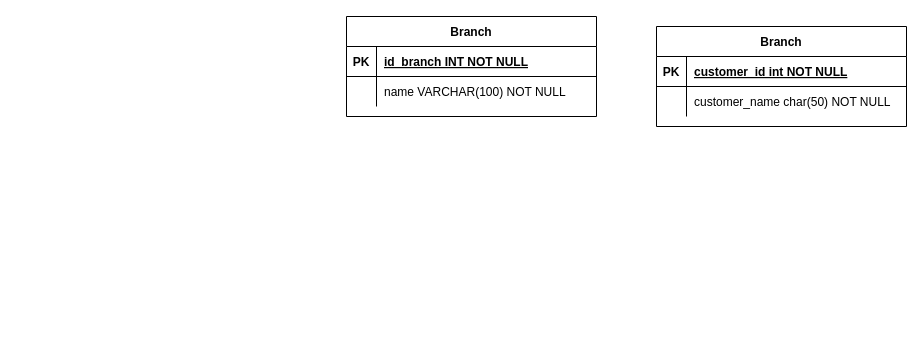
The draw.io diagram Requerimientos/zeromerma_db.drawio in CastellanosBS/ZeroMerma, before the edit. Source tidied: cells renumbered, new cells numbered last; positions are measured from the earlier drawing's top-left corner, leaving out a move shared by most shapes. Both pictures are drawn from the tidied source at 100%, with x=0, y=0 at pixel (346, 16).
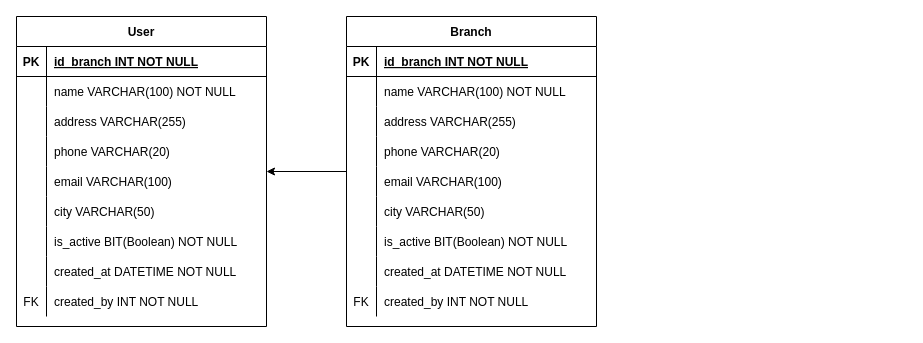
The same diagram, later.

Diff of the diagram source:
```diff
@@
+    <mxCell id="16" style="edgeStyle=orthogonalEdgeStyle;rounded=0;jettySize=auto;html=1;" parent="1" edge="1" source="2" target="38">
+      <mxGeometry relative="1" as="geometry" />
+    </mxCell>
-    <mxCell id="2" value="Branch" style="shape=table;startSize=30;childLayout=tableLayout;rowLines=0;fontStyle=1;align=center;" parent="1" vertex="1">
-      <mxGeometry width="250" height="100" as="geometry" />
+    <mxCell id="2" value="Branch" style="shape=table;startSize=30;childLayout=tableLayout;rowLines=0;fontStyle=1;align=center;labelBackgroundColor=none;" parent="1" vertex="1">
+      <mxGeometry width="250" height="310" as="geometry" />
     </mxCell>
@@
-    <mxCell id="9" value="Branch" style="shape=table;startSize=30;childLayout=tableLayout;rowLines=0;fontStyle=1;align=center;" parent="1" vertex="1">
-      <mxGeometry x="310" y="10" width="250" height="100" as="geometry" />
-    </mxCell>
+    <mxCell id="17" style="shape=partialRectangle;fillColor=none;top=0;left=0;right=0;bottom=0;" parent="2" vertex="1">
+      <mxGeometry y="90" width="250" height="30" as="geometry" />
+    </mxCell>
+    <mxCell id="18" style="shape=partialRectangle;overflow=hidden;fillColor=none;top=0;left=0;bottom=0;right=0;" parent="17" vertex="1">
+      <mxGeometry width="30" height="30" as="geometry" />
+    </mxCell>
+    <mxCell id="19" value="address VARCHAR(255)" style="shape=partialRectangle;overflow=hidden;fillColor=none;top=0;left=0;bottom=0;right=0;align=left;spacingLeft=6;" parent="17" vertex="1">
+      <mxGeometry x="30" width="220" height="30" as="geometry" />
+    </mxCell>
+    <mxCell id="20" style="shape=partialRectangle;fillColor=none;top=0;left=0;right=0;bottom=0;" parent="2" vertex="1">
+      <mxGeometry y="120" width="250" height="30" as="geometry" />
+    </mxCell>
+    <mxCell id="21" style="shape=partialRectangle;overflow=hidden;fillColor=none;top=0;left=0;bottom=0;right=0;" parent="20" vertex="1">
+      <mxGeometry width="30" height="30" as="geometry" />
+    </mxCell>
+    <mxCell id="22" value="phone VARCHAR(20)" style="shape=partialRectangle;overflow=hidden;fillColor=none;top=0;left=0;bottom=0;right=0;align=left;spacingLeft=6;" parent="20" vertex="1">
+      <mxGeometry x="30" width="220" height="30" as="geometry" />
+    </mxCell>
+    <mxCell id="23" style="shape=partialRectangle;fillColor=none;top=0;left=0;right=0;bottom=0;" parent="2" vertex="1">
+      <mxGeometry y="150" width="250" height="30" as="geometry" />
+    </mxCell>
+    <mxCell id="24" style="shape=partialRectangle;overflow=hidden;fillColor=none;top=0;left=0;bottom=0;right=0;" parent="23" vertex="1">
+      <mxGeometry width="30" height="30" as="geometry" />
+    </mxCell>
+    <mxCell id="25" value="email VARCHAR(100)" style="shape=partialRectangle;overflow=hidden;fillColor=none;top=0;left=0;bottom=0;right=0;align=left;spacingLeft=6;" parent="23" vertex="1">
+      <mxGeometry x="30" width="220" height="30" as="geometry" />
+    </mxCell>
+    <mxCell id="26" style="shape=partialRectangle;fillColor=none;top=0;left=0;right=0;bottom=0;" parent="2" vertex="1">
+      <mxGeometry y="180" width="250" height="30" as="geometry" />
+    </mxCell>
+    <mxCell id="27" style="shape=partialRectangle;overflow=hidden;fillColor=none;top=0;left=0;bottom=0;right=0;" parent="26" vertex="1">
+      <mxGeometry width="30" height="30" as="geometry" />
+    </mxCell>
+    <mxCell id="28" value="city VARCHAR(50)" style="shape=partialRectangle;overflow=hidden;fillColor=none;top=0;left=0;bottom=0;right=0;align=left;spacingLeft=6;" parent="26" vertex="1">
+      <mxGeometry x="30" width="220" height="30" as="geometry" />
+    </mxCell>
+    <mxCell id="29" style="shape=partialRectangle;fillColor=none;top=0;left=0;right=0;bottom=0;" parent="2" vertex="1">
+      <mxGeometry y="210" width="250" height="30" as="geometry" />
+    </mxCell>
+    <mxCell id="30" style="shape=partialRectangle;overflow=hidden;fillColor=none;top=0;left=0;bottom=0;right=0;" parent="29" vertex="1">
+      <mxGeometry width="30" height="30" as="geometry" />
+    </mxCell>
+    <mxCell id="31" value="is_active BIT(Boolean) NOT NULL" style="shape=partialRectangle;overflow=hidden;fillColor=none;top=0;left=0;bottom=0;right=0;align=left;spacingLeft=6;" parent="29" vertex="1">
+      <mxGeometry x="30" width="220" height="30" as="geometry" />
+    </mxCell>
+    <mxCell id="32" style="shape=partialRectangle;fillColor=none;top=0;left=0;right=0;bottom=0;" parent="2" vertex="1">
+      <mxGeometry y="240" width="250" height="30" as="geometry" />
+    </mxCell>
+    <mxCell id="33" style="shape=partialRectangle;overflow=hidden;fillColor=none;top=0;left=0;bottom=0;right=0;" parent="32" vertex="1">
+      <mxGeometry width="30" height="30" as="geometry" />
+    </mxCell>
+    <mxCell id="34" value="created_at DATETIME NOT NULL" style="shape=partialRectangle;overflow=hidden;fillColor=none;top=0;left=0;bottom=0;right=0;align=left;spacingLeft=6;" parent="32" vertex="1">
+      <mxGeometry x="30" width="220" height="30" as="geometry" />
+    </mxCell>
+    <mxCell id="35" style="shape=partialRectangle;fillColor=none;top=0;left=0;right=0;bottom=0;" parent="2" vertex="1">
+      <mxGeometry y="270" width="250" height="30" as="geometry" />
+    </mxCell>
+    <mxCell id="36" value="FK" style="shape=partialRectangle;overflow=hidden;fillColor=none;top=0;left=0;bottom=0;right=0;" parent="35" vertex="1">
+      <mxGeometry width="30" height="30" as="geometry" />
+    </mxCell>
+    <mxCell id="37" value="created_by INT NOT NULL" style="shape=partialRectangle;overflow=hidden;fillColor=none;top=0;left=0;bottom=0;right=0;align=left;spacingLeft=6;" parent="35" vertex="1">
+      <mxGeometry x="30" width="220" height="30" as="geometry" />
+    </mxCell>
+    <mxCell id="38" value="User" style="shape=table;startSize=30;childLayout=tableLayout;rowLines=0;fontStyle=1;align=center;labelBackgroundColor=none;" parent="1" vertex="1">
+      <mxGeometry x="-330" width="250" height="310" as="geometry" />
+    </mxCell>
-    <mxCell id="10" style="shape=partialRectangle;fillColor=none;top=0;left=0;right=0;bottom=1;" parent="9" vertex="1">
+    <mxCell id="10" style="shape=partialRectangle;fillColor=none;top=0;left=0;right=0;bottom=1;" parent="38" vertex="1">
       <mxGeometry y="30" width="250" height="30" as="geometry" />
     </mxCell>
@@
-    <mxCell id="12" value="customer_id int NOT NULL " style="shape=partialRectangle;overflow=hidden;fillColor=none;top=0;left=0;bottom=0;right=0;align=left;spacingLeft=6;fontStyle=5;" parent="10" vertex="1">
-      <mxGeometry x="30" width="220" height="30" as="geometry" />
-    </mxCell>
+    <mxCell id="39" value="id_branch INT NOT NULL" style="shape=partialRectangle;overflow=hidden;fillColor=none;top=0;left=0;bottom=0;right=0;align=left;spacingLeft=6;fontStyle=5;" parent="10" vertex="1">
+      <mxGeometry x="30" width="220" height="30" as="geometry" />
+    </mxCell>
-    <mxCell id="13" style="shape=partialRectangle;fillColor=none;top=0;left=0;right=0;bottom=0;" parent="9" vertex="1">
+    <mxCell id="13" style="shape=partialRectangle;fillColor=none;top=0;left=0;right=0;bottom=0;" parent="38" vertex="1">
       <mxGeometry y="60" width="250" height="30" as="geometry" />
     </mxCell>
-    <mxCell id="14" style="shape=partialRectangle;overflow=hidden;fillColor=none;top=0;left=0;bottom=0;right=0;" parent="13" vertex="1">
-      <mxGeometry width="30" height="30" as="geometry" />
-    </mxCell>
-    <mxCell id="15" value="customer_name char(50) NOT NULL" style="shape=partialRectangle;overflow=hidden;fillColor=none;top=0;left=0;bottom=0;right=0;align=left;spacingLeft=6;" parent="13" vertex="1">
-      <mxGeometry x="30" width="220" height="30" as="geometry" />
-    </mxCell>
+    <mxCell id="40" style="shape=partialRectangle;overflow=hidden;fillColor=none;top=0;left=0;bottom=0;right=0;" parent="13" vertex="1">
+      <mxGeometry width="30" height="30" as="geometry" />
+    </mxCell>
+    <mxCell id="41" value="name VARCHAR(100) NOT NULL" style="shape=partialRectangle;overflow=hidden;fillColor=none;top=0;left=0;bottom=0;right=0;align=left;spacingLeft=6;" parent="13" vertex="1">
+      <mxGeometry x="30" width="220" height="30" as="geometry" />
+    </mxCell>
+    <mxCell id="42" style="shape=partialRectangle;fillColor=none;top=0;left=0;right=0;bottom=0;" parent="38" vertex="1">
+      <mxGeometry y="90" width="250" height="30" as="geometry" />
+    </mxCell>
+    <mxCell id="43" style="shape=partialRectangle;overflow=hidden;fillColor=none;top=0;left=0;bottom=0;right=0;" parent="42" vertex="1">
+      <mxGeometry width="30" height="30" as="geometry" />
+    </mxCell>
+    <mxCell id="44" value="address VARCHAR(255)" style="shape=partialRectangle;overflow=hidden;fillColor=none;top=0;left=0;bottom=0;right=0;align=left;spacingLeft=6;" parent="42" vertex="1">
+      <mxGeometry x="30" width="220" height="30" as="geometry" />
+    </mxCell>
+    <mxCell id="45" style="shape=partialRectangle;fillColor=none;top=0;left=0;right=0;bottom=0;" parent="38" vertex="1">
+      <mxGeometry y="120" width="250" height="30" as="geometry" />
+    </mxCell>
+    <mxCell id="46" style="shape=partialRectangle;overflow=hidden;fillColor=none;top=0;left=0;bottom=0;right=0;" parent="45" vertex="1">
+      <mxGeometry width="30" height="30" as="geometry" />
+    </mxCell>
+    <mxCell id="47" value="phone VARCHAR(20)" style="shape=partialRectangle;overflow=hidden;fillColor=none;top=0;left=0;bottom=0;right=0;align=left;spacingLeft=6;" parent="45" vertex="1">
+      <mxGeometry x="30" width="220" height="30" as="geometry" />
+    </mxCell>
+    <mxCell id="48" style="shape=partialRectangle;fillColor=none;top=0;left=0;right=0;bottom=0;" parent="38" vertex="1">
+      <mxGeometry y="150" width="250" height="30" as="geometry" />
+    </mxCell>
+    <mxCell id="49" style="shape=partialRectangle;overflow=hidden;fillColor=none;top=0;left=0;bottom=0;right=0;" parent="48" vertex="1">
+      <mxGeometry width="30" height="30" as="geometry" />
+    </mxCell>
+    <mxCell id="50" value="email VARCHAR(100)" style="shape=partialRectangle;overflow=hidden;fillColor=none;top=0;left=0;bottom=0;right=0;align=left;spacingLeft=6;" parent="48" vertex="1">
+      <mxGeometry x="30" width="220" height="30" as="geometry" />
+    </mxCell>
+    <mxCell id="51" style="shape=partialRectangle;fillColor=none;top=0;left=0;right=0;bottom=0;" parent="38" vertex="1">
+      <mxGeometry y="180" width="250" height="30" as="geometry" />
+    </mxCell>
+    <mxCell id="52" style="shape=partialRectangle;overflow=hidden;fillColor=none;top=0;left=0;bottom=0;right=0;" parent="51" vertex="1">
+      <mxGeometry width="30" height="30" as="geometry" />
+    </mxCell>
+    <mxCell id="53" value="city VARCHAR(50)" style="shape=partialRectangle;overflow=hidden;fillColor=none;top=0;left=0;bottom=0;right=0;align=left;spacingLeft=6;" parent="51" vertex="1">
+      <mxGeometry x="30" width="220" height="30" as="geometry" />
+    </mxCell>
+    <mxCell id="54" style="shape=partialRectangle;fillColor=none;top=0;left=0;right=0;bottom=0;" parent="38" vertex="1">
+      <mxGeometry y="210" width="250" height="30" as="geometry" />
+    </mxCell>
+    <mxCell id="55" style="shape=partialRectangle;overflow=hidden;fillColor=none;top=0;left=0;bottom=0;right=0;" parent="54" vertex="1">
+      <mxGeometry width="30" height="30" as="geometry" />
+    </mxCell>
+    <mxCell id="56" value="is_active BIT(Boolean) NOT NULL" style="shape=partialRectangle;overflow=hidden;fillColor=none;top=0;left=0;bottom=0;right=0;align=left;spacingLeft=6;" parent="54" vertex="1">
+      <mxGeometry x="30" width="220" height="30" as="geometry" />
+    </mxCell>
+    <mxCell id="57" style="shape=partialRectangle;fillColor=none;top=0;left=0;right=0;bottom=0;" parent="38" vertex="1">
+      <mxGeometry y="240" width="250" height="30" as="geometry" />
+    </mxCell>
+    <mxCell id="58" style="shape=partialRectangle;overflow=hidden;fillColor=none;top=0;left=0;bottom=0;right=0;" parent="57" vertex="1">
+      <mxGeometry width="30" height="30" as="geometry" />
+    </mxCell>
+    <mxCell id="59" value="created_at DATETIME NOT NULL" style="shape=partialRectangle;overflow=hidden;fillColor=none;top=0;left=0;bottom=0;right=0;align=left;spacingLeft=6;" parent="57" vertex="1">
+      <mxGeometry x="30" width="220" height="30" as="geometry" />
+    </mxCell>
+    <mxCell id="60" style="shape=partialRectangle;fillColor=none;top=0;left=0;right=0;bottom=0;" parent="38" vertex="1">
+      <mxGeometry y="270" width="250" height="30" as="geometry" />
+    </mxCell>
+    <mxCell id="61" value="FK" style="shape=partialRectangle;overflow=hidden;fillColor=none;top=0;left=0;bottom=0;right=0;" parent="60" vertex="1">
+      <mxGeometry width="30" height="30" as="geometry" />
+    </mxCell>
+    <mxCell id="62" value="created_by INT NOT NULL" style="shape=partialRectangle;overflow=hidden;fillColor=none;top=0;left=0;bottom=0;right=0;align=left;spacingLeft=6;" parent="60" vertex="1">
+      <mxGeometry x="30" width="220" height="30" as="geometry" />
+    </mxCell>
```
